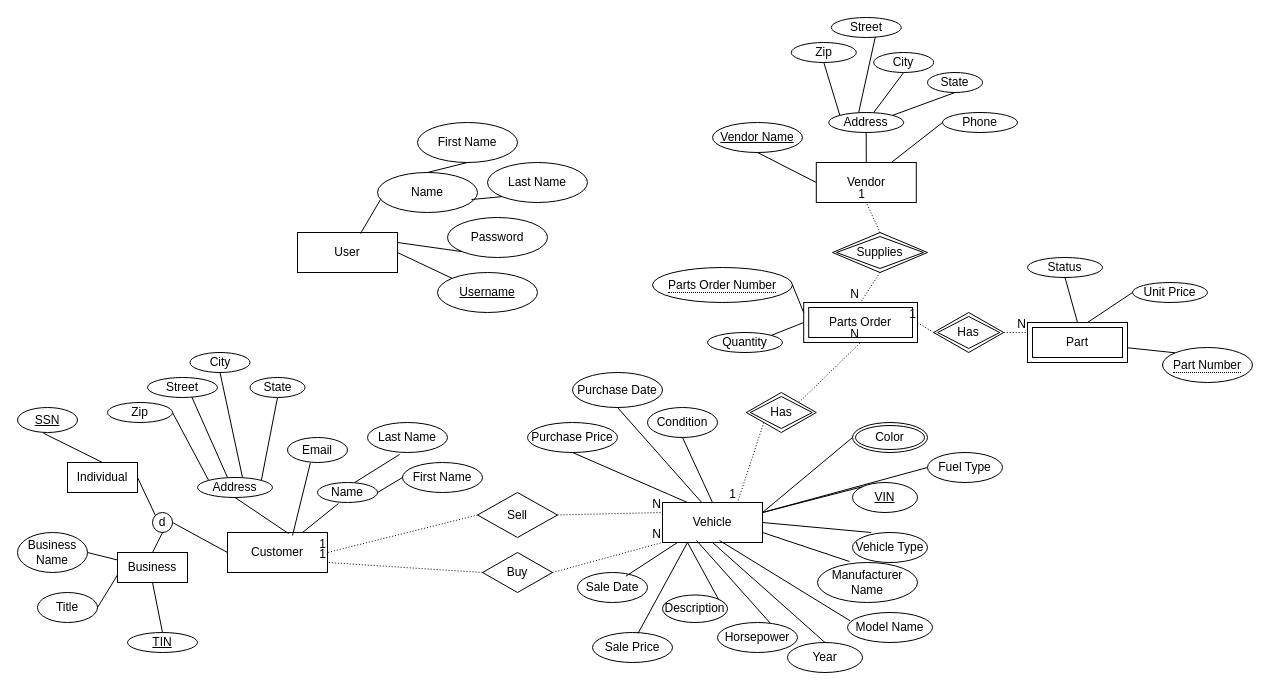
rkang427/autodb keeps this draw.io diagram as Phase_1/team006_p1_eer.drawio. Above is the earlier version. Source tidied: cells renumbered, new cells numbered last; positions are measured from the earlier drawing's top-left corner, leaving out a move shared by most shapes. Both pictures are drawn from the tidied source at 100%, with x=0, y=0 at pixel (17, 17).
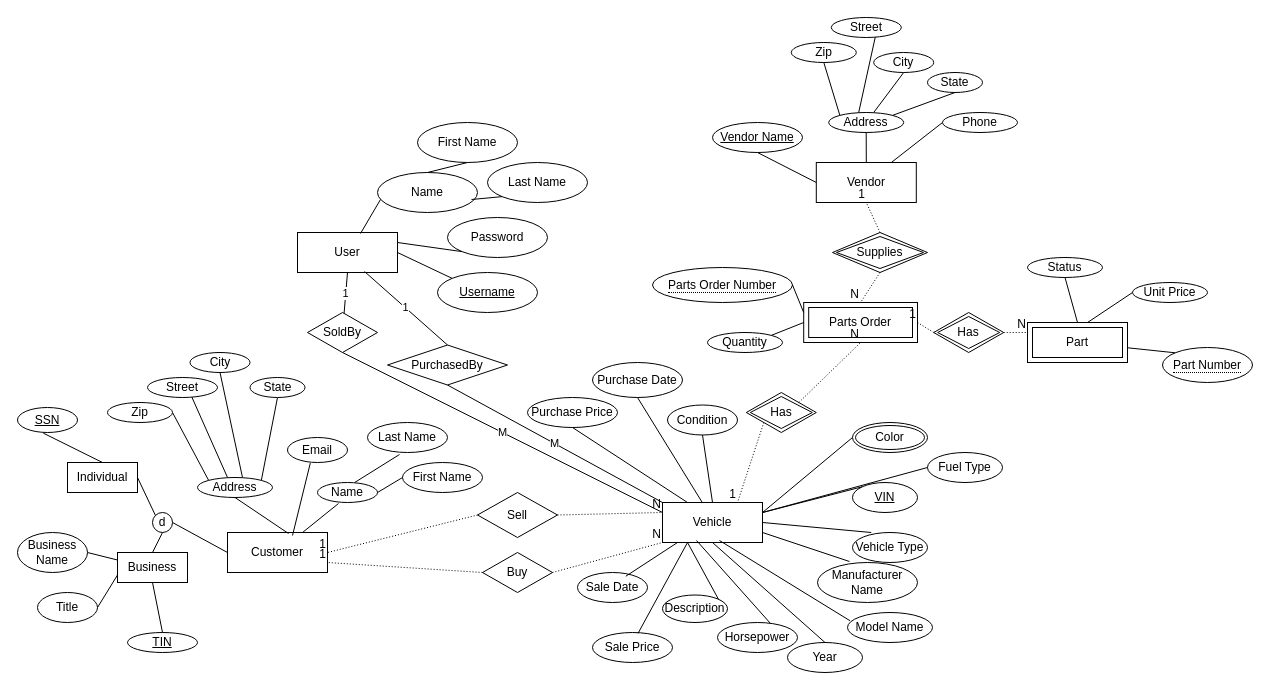
The same diagram, later.

The change refers to these unchanged cells:
```xml
<mxCell id="3" value="User" style="whiteSpace=wrap;html=1;align=center;" parent="2" vertex="1">
  <mxGeometry y="110" width="100" height="40" as="geometry" />
</mxCell>
<mxCell id="67" value="Vehicle" style="whiteSpace=wrap;html=1;align=center;" parent="1" vertex="1">
  <mxGeometry x="645" y="485" width="100" height="40" as="geometry" />
</mxCell>
```

The edit, as a diff of the source:
```diff
@@
     <mxCell id="44" value="Purchase Price" style="ellipse;whiteSpace=wrap;html=1;align=center;" parent="1" vertex="1">
-      <mxGeometry x="510" y="405" width="90" height="30" as="geometry" />
+      <mxGeometry x="510" y="380" width="90" height="30" as="geometry" />
     </mxCell>
@@
     <mxCell id="46" value="Condition" style="ellipse;whiteSpace=wrap;html=1;align=center;" parent="1" vertex="1">
-      <mxGeometry x="630" y="390" width="70" height="30" as="geometry" />
+      <mxGeometry x="650" y="387.5" width="70" height="30" as="geometry" />
     </mxCell>
@@
     <mxCell id="48" value="Purchase Date" style="ellipse;whiteSpace=wrap;html=1;align=center;" parent="1" vertex="1">
-      <mxGeometry x="555" y="355" width="90" height="35" as="geometry" />
+      <mxGeometry x="575" y="345" width="90" height="35" as="geometry" />
     </mxCell>
@@
+    <mxCell id="128" value="SoldBy" style="shape=rhombus;perimeter=rhombusPerimeter;whiteSpace=wrap;html=1;align=center;" parent="1" vertex="1">
+      <mxGeometry x="290" y="295" width="70" height="40" as="geometry" />
+    </mxCell>
+    <mxCell id="129" value="PurchasedBy" style="shape=rhombus;perimeter=rhombusPerimeter;whiteSpace=wrap;html=1;align=center;" parent="1" vertex="1">
+      <mxGeometry x="370" y="327.5" width="120" height="40" as="geometry" />
+    </mxCell>
+    <mxCell id="130" value="1" style="rounded=0;jettySize=auto;html=1;exitX=0.5;exitY=1;exitDx=0;exitDy=0;endArrow=none;endFill=0;" parent="1" edge="1" source="3" target="128">
+      <mxGeometry relative="1" as="geometry" />
+    </mxCell>
+    <mxCell id="131" value="1" style="rounded=0;jettySize=auto;html=1;exitX=0.67;exitY=0.975;exitDx=0;exitDy=0;endArrow=none;endFill=0;exitPerimeter=0;entryX=0.5;entryY=0;entryDx=0;entryDy=0;" parent="1" edge="1" source="3" target="129">
+      <mxGeometry relative="1" as="geometry" />
+    </mxCell>
+    <mxCell id="132" value="M" style="rounded=0;jettySize=auto;html=1;exitX=0;exitY=0;exitDx=0;exitDy=0;endArrow=none;endFill=0;entryX=0.5;entryY=1;entryDx=0;entryDy=0;" parent="1" edge="1" source="67" target="129">
+      <mxGeometry relative="1" as="geometry" />
+    </mxCell>
+    <mxCell id="133" value="M" style="rounded=0;jettySize=auto;html=1;exitX=0;exitY=0.25;exitDx=0;exitDy=0;endArrow=none;endFill=0;entryX=0.5;entryY=1;entryDx=0;entryDy=0;" parent="1" edge="1" source="67" target="128">
+      <mxGeometry relative="1" as="geometry" />
+    </mxCell>
```
